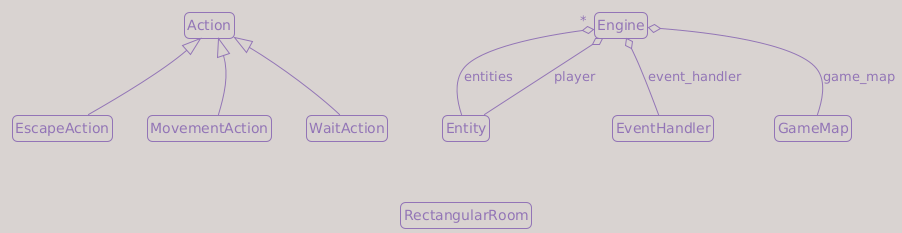
The PlantUML diagram content/tutorials/tcod/v3/images/part3_classes.png in Darky-Lucera/roguelike-tutorials-website, before a commit.
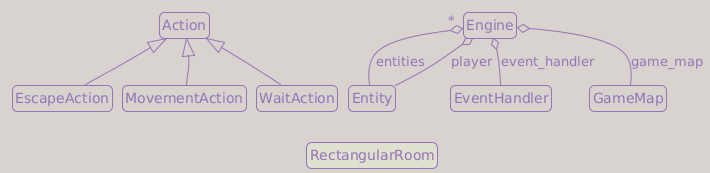
After the commit.

Change to the diagram source:
```diff
@@ -13,6 +13,9 @@
 skinparam noteBorderThickness 1
 skinparam noteMargin 2
 skinparam notePadding 2
+
+skinparam nodesep 10
+skinparam ranksep 30
 
 set namespaceSeparator none
 
@@ -38,7 +41,7 @@
 class "MovementAction" as game.actions.MovementAction {
 }
 
-class "RectangularRoom" as game.map.map_generator.RectangularRoom {
+class "RectangularRoom" as game.map.map_generator.RectangularRoom #e0e0d0 {
 }
 
 class "WaitAction" as game.actions.WaitAction {
```
